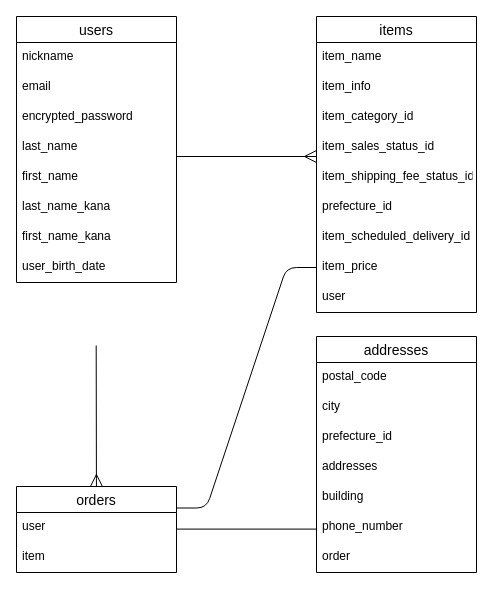
hminami373/furima-29041 keeps this draw.io diagram as furima.dio. Above is the earlier version. Source tidied: cells renumbered, new cells numbered last; positions are measured from the earlier drawing's top-left corner, leaving out a move shared by most shapes. Both pictures are drawn from the tidied source at 100%, with x=0, y=0 at pixel (16, 16).
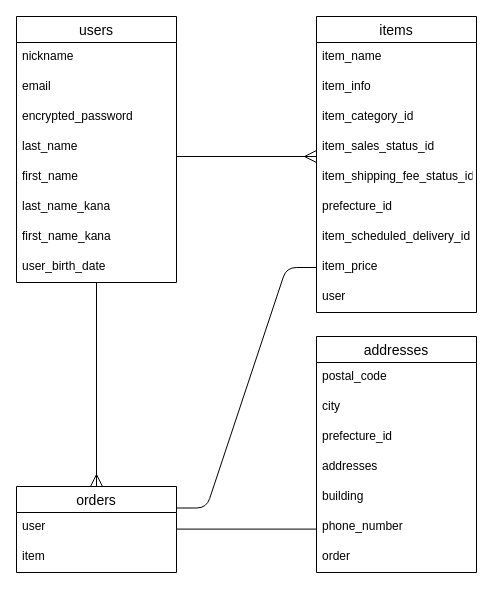
The same page after the edit.

Commit message (it also covers changes not shown here):
テーブル設計LGTM後軽微修正

The change refers to these unchanged cells:
```xml
<mxCell id="10" value="user_birth_date" style="text;strokeColor=none;fillColor=none;spacingLeft=4;spacingRight=4;overflow=hidden;points=[[0,0.5],[1,0.5]];portConstraint=eastwest;fontSize=12;labelBorderColor=none;" parent="2" vertex="1">
  <mxGeometry y="236" width="160" height="30" as="geometry" />
</mxCell>
<mxCell id="11" value="orders" style="swimlane;fontStyle=0;horizontal=1;startSize=26;align=center;fontSize=14;" parent="1" vertex="1">
  <mxGeometry y="470" width="160" height="86" as="geometry" />
</mxCell>
```

Diff of the diagram source:
```diff
@@
-    <mxCell id="34" style="endArrow=none;html=1;rounded=0;startSize=10;endSize=10;sourcePerimeterSpacing=0;startArrow=ERmany;startFill=0;endFill=0;entryX=0.498;entryY=1.1;entryDx=0;entryDy=0;entryPerimeter=0;" parent="1" edge="1" source="11">
-      <mxGeometry relative="1" as="geometry">
-        <mxPoint x="79.7" y="329" as="targetPoint" />
-      </mxGeometry>
+    <mxCell id="34" style="endArrow=none;html=1;rounded=0;startSize=10;endSize=10;sourcePerimeterSpacing=0;startArrow=ERmany;startFill=0;endFill=0;" parent="1" edge="1" source="11" target="10">
+      <mxGeometry relative="1" as="geometry" />
     </mxCell>
```
